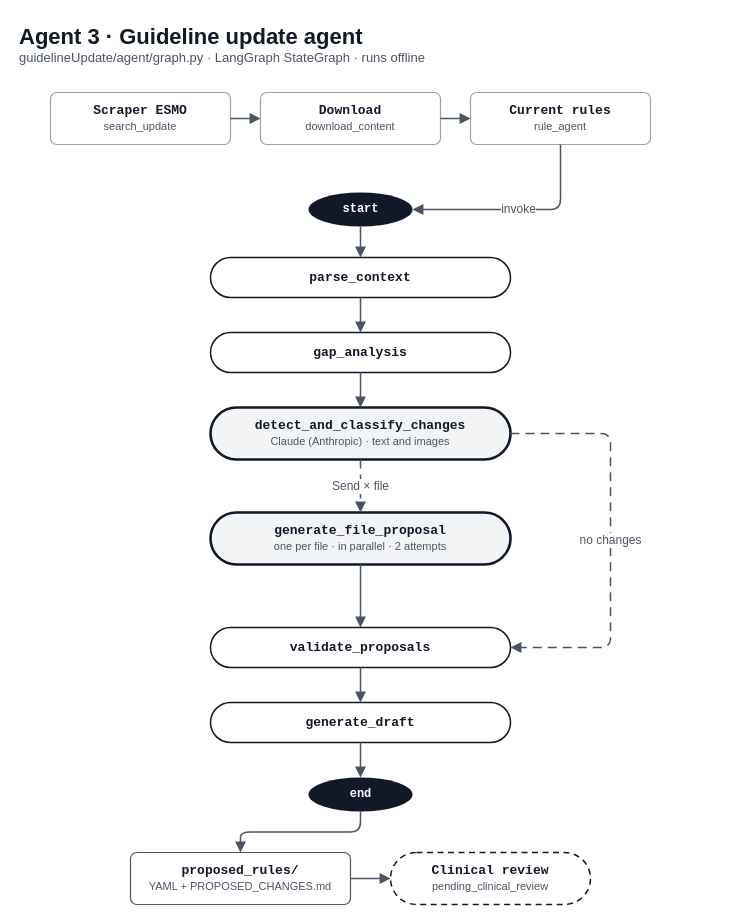
Earlier version of the draw.io diagram docs/diagramas/agente_3_guias.drawio (Paulina0209/Proyecto_4). Source tidied: cells renumbered, new cells numbered last; positions are measured from the earlier drawing's top-left corner, leaving out a move shared by most shapes. Both pictures are drawn from the tidied source at 100%, with x=0, y=0 at pixel (17, 17).
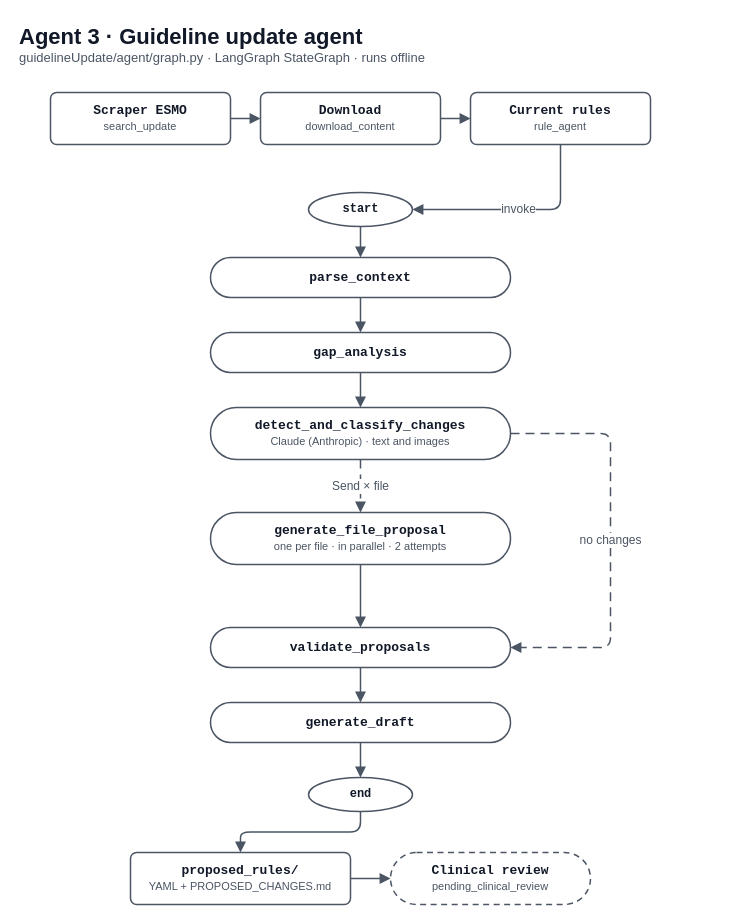
The same page after the edit.

What changed in the source:
```diff
@@
-    <mxCell id="3" value="&lt;b&gt;Scraper ESMO&lt;/b&gt;&lt;br&gt;&lt;font style=&quot;font-size:11px&quot; face=&quot;Helvetica&quot; color=&quot;#4B5563&quot;&gt;search_update&lt;/font&gt;" style="rounded=1;arcSize=12;html=1;whiteSpace=wrap;fillColor=#FFFFFF;strokeColor=#9CA3AF;strokeWidth=1.2;fontSize=13;fontColor=#111827;fontFamily=Courier New;" parent="1" vertex="1">
+    <mxCell id="3" value="&lt;b&gt;Scraper ESMO&lt;/b&gt;&lt;br&gt;&lt;font style=&quot;font-size:11px&quot; face=&quot;Helvetica&quot; color=&quot;#4B5563&quot;&gt;search_update&lt;/font&gt;" style="rounded=1;arcSize=12;html=1;whiteSpace=wrap;fillColor=#FFFFFF;strokeColor=#4B5563;strokeWidth=1.5;fontSize=13;fontColor=#111827;fontFamily=Courier New;" parent="1" vertex="1">
       <mxGeometry x="33" y="75" width="180" height="52" as="geometry" />
     </mxCell>
-    <mxCell id="4" value="&lt;b&gt;Download&lt;/b&gt;&lt;br&gt;&lt;font style=&quot;font-size:11px&quot; face=&quot;Helvetica&quot; color=&quot;#4B5563&quot;&gt;download_content&lt;/font&gt;" style="rounded=1;arcSize=12;html=1;whiteSpace=wrap;fillColor=#FFFFFF;strokeColor=#9CA3AF;strokeWidth=1.2;fontSize=13;fontColor=#111827;fontFamily=Courier New;" parent="1" vertex="1">
+    <mxCell id="4" value="&lt;b&gt;Download&lt;/b&gt;&lt;br&gt;&lt;font style=&quot;font-size:11px&quot; face=&quot;Helvetica&quot; color=&quot;#4B5563&quot;&gt;download_content&lt;/font&gt;" style="rounded=1;arcSize=12;html=1;whiteSpace=wrap;fillColor=#FFFFFF;strokeColor=#4B5563;strokeWidth=1.5;fontSize=13;fontColor=#111827;fontFamily=Courier New;" parent="1" vertex="1">
       <mxGeometry x="243" y="75" width="180" height="52" as="geometry" />
     </mxCell>
-    <mxCell id="5" value="&lt;b&gt;Current rules&lt;/b&gt;&lt;br&gt;&lt;font style=&quot;font-size:11px&quot; face=&quot;Helvetica&quot; color=&quot;#4B5563&quot;&gt;rule_agent&lt;/font&gt;" style="rounded=1;arcSize=12;html=1;whiteSpace=wrap;fillColor=#FFFFFF;strokeColor=#9CA3AF;strokeWidth=1.2;fontSize=13;fontColor=#111827;fontFamily=Courier New;" parent="1" vertex="1">
+    <mxCell id="5" value="&lt;b&gt;Current rules&lt;/b&gt;&lt;br&gt;&lt;font style=&quot;font-size:11px&quot; face=&quot;Helvetica&quot; color=&quot;#4B5563&quot;&gt;rule_agent&lt;/font&gt;" style="rounded=1;arcSize=12;html=1;whiteSpace=wrap;fillColor=#FFFFFF;strokeColor=#4B5563;strokeWidth=1.5;fontSize=13;fontColor=#111827;fontFamily=Courier New;" parent="1" vertex="1">
       <mxGeometry x="453" y="75" width="180" height="52" as="geometry" />
     </mxCell>
@@
-    <mxCell id="8" value="&lt;b&gt;start&lt;/b&gt;" style="ellipse;shape=ellipse;perimeter=ellipsePerimeter;html=1;fillColor=#111827;strokeColor=none;fontColor=#FFFFFF;fontSize=12;fontFamily=Courier New;" parent="1" vertex="1">
+    <mxCell id="8" value="&lt;b&gt;start&lt;/b&gt;" style="ellipse;shape=ellipse;perimeter=ellipsePerimeter;html=1;fillColor=#FFFFFF;strokeColor=#4B5563;fontColor=#111827;fontSize=12;fontFamily=Courier New;strokeWidth=1.5;" parent="1" vertex="1">
       <mxGeometry x="291" y="175" width="104" height="34" as="geometry" />
     </mxCell>
@@
-    <mxCell id="10" value="&lt;b&gt;parse_context&lt;/b&gt;" style="rounded=1;arcSize=50;html=1;whiteSpace=wrap;fillColor=#FFFFFF;strokeColor=#111827;strokeWidth=1.5;fontSize=13;fontColor=#111827;fontFamily=Courier New;" parent="1" vertex="1">
+    <mxCell id="10" value="&lt;b&gt;parse_context&lt;/b&gt;" style="rounded=1;arcSize=50;html=1;whiteSpace=wrap;fillColor=#FFFFFF;strokeColor=#4B5563;strokeWidth=1.5;fontSize=13;fontColor=#111827;fontFamily=Courier New;" parent="1" vertex="1">
       <mxGeometry x="193" y="240" width="300" height="40" as="geometry" />
     </mxCell>
-    <mxCell id="11" value="&lt;b&gt;gap_analysis&lt;/b&gt;" style="rounded=1;arcSize=50;html=1;whiteSpace=wrap;fillColor=#FFFFFF;strokeColor=#111827;strokeWidth=1.5;fontSize=13;fontColor=#111827;fontFamily=Courier New;" parent="1" vertex="1">
+    <mxCell id="11" value="&lt;b&gt;gap_analysis&lt;/b&gt;" style="rounded=1;arcSize=50;html=1;whiteSpace=wrap;fillColor=#FFFFFF;strokeColor=#4B5563;strokeWidth=1.5;fontSize=13;fontColor=#111827;fontFamily=Courier New;" parent="1" vertex="1">
       <mxGeometry x="193" y="315" width="300" height="40" as="geometry" />
     </mxCell>
-    <mxCell id="12" value="&lt;b&gt;detect_and_classify_changes&lt;/b&gt;&lt;br&gt;&lt;font style=&quot;font-size:11px&quot; face=&quot;Helvetica&quot; color=&quot;#4B5563&quot;&gt;Claude (Anthropic) · text and images&lt;/font&gt;" style="rounded=1;arcSize=50;html=1;whiteSpace=wrap;fillColor=#F3F4F6;strokeColor=#111827;strokeWidth=2.6;fontSize=13;fontColor=#111827;fontFamily=Courier New;" parent="1" vertex="1">
+    <mxCell id="12" value="&lt;b&gt;detect_and_classify_changes&lt;/b&gt;&lt;br&gt;&lt;font style=&quot;font-size:11px&quot; face=&quot;Helvetica&quot; color=&quot;#4B5563&quot;&gt;Claude (Anthropic) · text and images&lt;/font&gt;" style="rounded=1;arcSize=50;html=1;whiteSpace=wrap;fillColor=#FFFFFF;strokeColor=#4B5563;strokeWidth=1.5;fontSize=13;fontColor=#111827;fontFamily=Courier New;" parent="1" vertex="1">
       <mxGeometry x="193" y="390" width="300" height="52" as="geometry" />
     </mxCell>
-    <mxCell id="13" value="&lt;b&gt;generate_file_proposal&lt;/b&gt;&lt;br&gt;&lt;font style=&quot;font-size:11px&quot; face=&quot;Helvetica&quot; color=&quot;#4B5563&quot;&gt;one per file · in parallel · 2 attempts&lt;/font&gt;" style="rounded=1;arcSize=50;html=1;whiteSpace=wrap;fillColor=#F3F4F6;strokeColor=#111827;strokeWidth=2.6;fontSize=13;fontColor=#111827;fontFamily=Courier New;" parent="1" vertex="1">
+    <mxCell id="13" value="&lt;b&gt;generate_file_proposal&lt;/b&gt;&lt;br&gt;&lt;font style=&quot;font-size:11px&quot; face=&quot;Helvetica&quot; color=&quot;#4B5563&quot;&gt;one per file · in parallel · 2 attempts&lt;/font&gt;" style="rounded=1;arcSize=50;html=1;whiteSpace=wrap;fillColor=#FFFFFF;strokeColor=#4B5563;strokeWidth=1.5;fontSize=13;fontColor=#111827;fontFamily=Courier New;" parent="1" vertex="1">
       <mxGeometry x="193" y="495" width="300" height="52" as="geometry" />
     </mxCell>
-    <mxCell id="14" value="&lt;b&gt;validate_proposals&lt;/b&gt;" style="rounded=1;arcSize=50;html=1;whiteSpace=wrap;fillColor=#FFFFFF;strokeColor=#111827;strokeWidth=1.5;fontSize=13;fontColor=#111827;fontFamily=Courier New;" parent="1" vertex="1">
+    <mxCell id="14" value="&lt;b&gt;validate_proposals&lt;/b&gt;" style="rounded=1;arcSize=50;html=1;whiteSpace=wrap;fillColor=#FFFFFF;strokeColor=#4B5563;strokeWidth=1.5;fontSize=13;fontColor=#111827;fontFamily=Courier New;" parent="1" vertex="1">
       <mxGeometry x="193" y="610" width="300" height="40" as="geometry" />
     </mxCell>
-    <mxCell id="15" value="&lt;b&gt;generate_draft&lt;/b&gt;" style="rounded=1;arcSize=50;html=1;whiteSpace=wrap;fillColor=#FFFFFF;strokeColor=#111827;strokeWidth=1.5;fontSize=13;fontColor=#111827;fontFamily=Courier New;" parent="1" vertex="1">
+    <mxCell id="15" value="&lt;b&gt;generate_draft&lt;/b&gt;" style="rounded=1;arcSize=50;html=1;whiteSpace=wrap;fillColor=#FFFFFF;strokeColor=#4B5563;strokeWidth=1.5;fontSize=13;fontColor=#111827;fontFamily=Courier New;" parent="1" vertex="1">
       <mxGeometry x="193" y="685" width="300" height="40" as="geometry" />
     </mxCell>
-    <mxCell id="16" value="&lt;b&gt;end&lt;/b&gt;" style="ellipse;shape=ellipse;perimeter=ellipsePerimeter;html=1;fillColor=#111827;strokeColor=none;fontColor=#FFFFFF;fontSize=12;fontFamily=Courier New;" parent="1" vertex="1">
+    <mxCell id="16" value="&lt;b&gt;end&lt;/b&gt;" style="ellipse;shape=ellipse;perimeter=ellipsePerimeter;html=1;fillColor=#FFFFFF;strokeColor=#4B5563;fontColor=#111827;fontSize=12;fontFamily=Courier New;strokeWidth=1.5;" parent="1" vertex="1">
       <mxGeometry x="291" y="760" width="104" height="34" as="geometry" />
     </mxCell>
-    <mxCell id="17" value="&lt;b&gt;proposed_rules/&lt;/b&gt;&lt;br&gt;&lt;font style=&quot;font-size:11px&quot; face=&quot;Helvetica&quot; color=&quot;#4B5563&quot;&gt;YAML + PROPOSED_CHANGES.md&lt;/font&gt;" style="rounded=1;arcSize=12;html=1;whiteSpace=wrap;fillColor=#FFFFFF;strokeColor=#4B5563;strokeWidth=1.2;fontSize=13;fontColor=#111827;fontFamily=Courier New;" parent="1" vertex="1">
+    <mxCell id="17" value="&lt;b&gt;proposed_rules/&lt;/b&gt;&lt;br&gt;&lt;font style=&quot;font-size:11px&quot; face=&quot;Helvetica&quot; color=&quot;#4B5563&quot;&gt;YAML + PROPOSED_CHANGES.md&lt;/font&gt;" style="rounded=1;arcSize=12;html=1;whiteSpace=wrap;fillColor=#FFFFFF;strokeColor=#4B5563;strokeWidth=1.5;fontSize=13;fontColor=#111827;fontFamily=Courier New;" parent="1" vertex="1">
       <mxGeometry x="113" y="835" width="220" height="52" as="geometry" />
     </mxCell>
-    <mxCell id="18" value="&lt;b&gt;Clinical review&lt;/b&gt;&lt;br&gt;&lt;font style=&quot;font-size:11px&quot; face=&quot;Helvetica&quot; color=&quot;#4B5563&quot;&gt;pending_clinical_review&lt;/font&gt;" style="rounded=1;arcSize=50;html=1;whiteSpace=wrap;fillColor=#FFFFFF;strokeColor=#111827;strokeWidth=1.5;dashed=1;dashPattern=4 3;fontSize=13;fontColor=#111827;fontFamily=Courier New;" parent="1" vertex="1">
+    <mxCell id="18" value="&lt;b&gt;Clinical review&lt;/b&gt;&lt;br&gt;&lt;font style=&quot;font-size:11px&quot; face=&quot;Helvetica&quot; color=&quot;#4B5563&quot;&gt;pending_clinical_review&lt;/font&gt;" style="rounded=1;arcSize=50;html=1;whiteSpace=wrap;fillColor=#FFFFFF;strokeColor=#4B5563;strokeWidth=1.5;dashed=1;dashPattern=4 3;fontSize=13;fontColor=#111827;fontFamily=Courier New;" parent="1" vertex="1">
       <mxGeometry x="373" y="835" width="200" height="52" as="geometry" />
     </mxCell>
```
